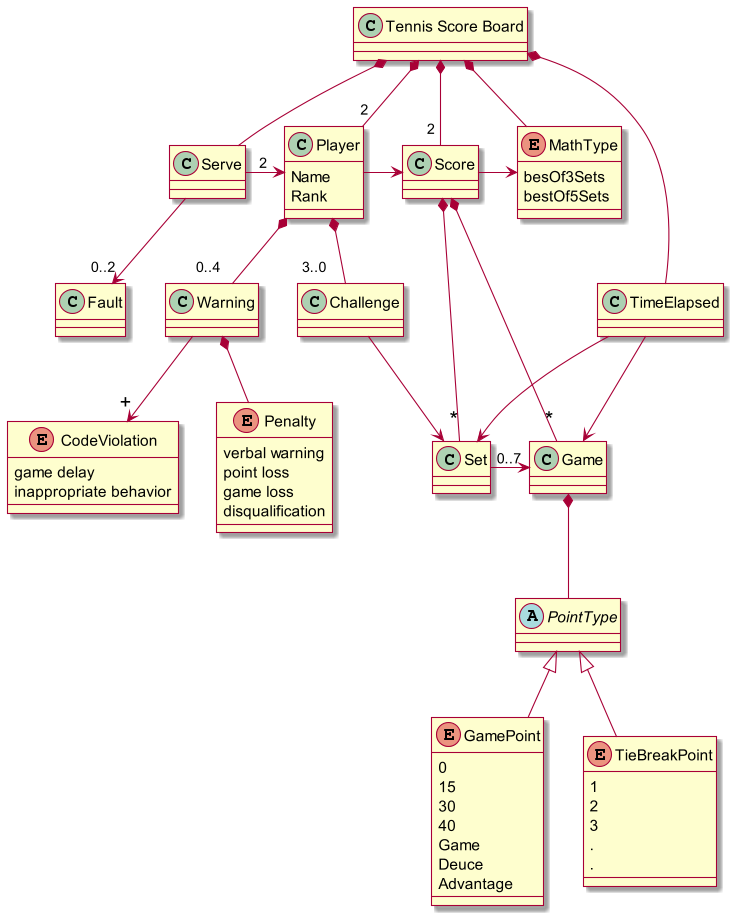
The PlantUML diagram TennisScoreBoard/TennisScoreBoardDomainModel_V1.png in ferbarret/Modelado, before a commit. Source of this version:
```plantuml
@startuml
skin rose
scale 1.1
class "Tennis Score Board" as Board

enum MathType {
    besOf3Sets
    bestOf5Sets
}
Board *-down- MathType
Board *-down- Serve
class Player {
    Name
    Rank
}
Board *-down- "2" Player
Board *-down- "2 " Score
Board *-down- TimeElapsed
Serve -right-> "2  " Player
Player -right-> Score
Score -right-> MathType

Serve -down-> "0..2" Fault
Player *-down- "3..0   " Challenge
Player *-down- "0..4   " Warning

Score *-down- "<size: 20>*</size>" Set
Score *-down- "<size: 20>*</size>" Game
Set -right-> "0..7" Game

Challenge -down-> Set

TimeElapsed -down-> Set
TimeElapsed -down-> Game

abstract class PointType
Game *-down- PointType



enum CodeViolation{
    game delay
    inappropriate behavior
}
Warning -down-> "<size: 18>+</size>" CodeViolation
enum Penalty {
    verbal warning
    point loss
    game loss
    disqualification
}
Warning *-down- Penalty

enum GamePoint {
    0
    15
    30
    40
    Game
    Deuce
    Advantage
}
PointType <|-down- GamePoint
enum TieBreakPoint {
    1
    2
    3
    .
    .
}
PointType <|-down- TieBreakPoint


@enduml
```
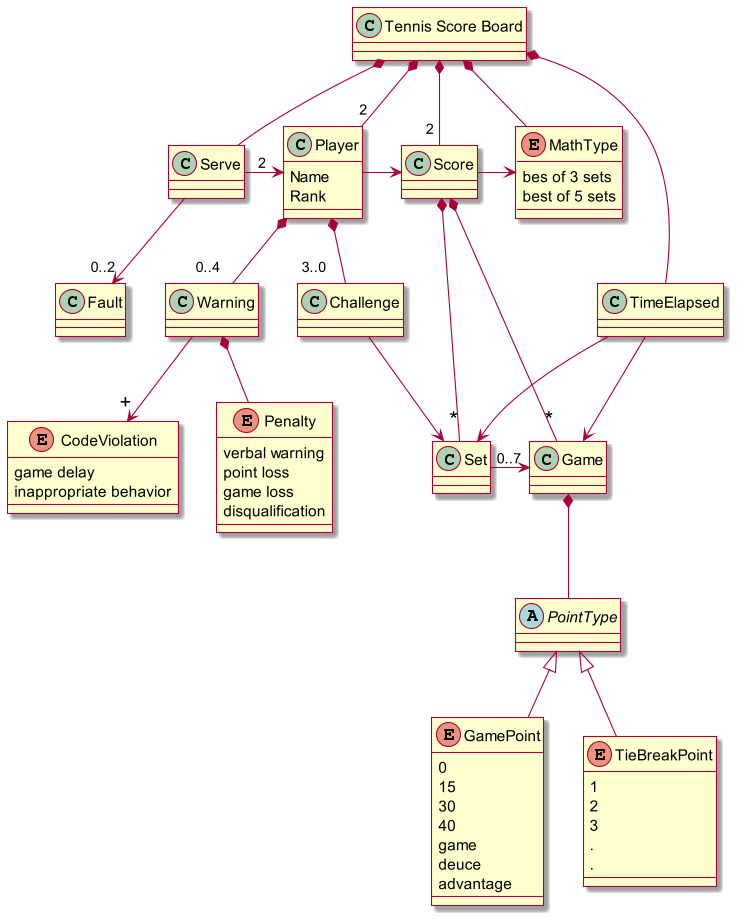
Above is the later version.

Change to the diagram source:
```diff
@@ -4,8 +4,8 @@
 class "Tennis Score Board" as Board
 
 enum MathType {
-    besOf3Sets
-    bestOf5Sets
+    bes of 3 sets
+    best of 5 sets
 }
 Board *-down- MathType
 Board *-down- Serve
@@ -56,9 +56,9 @@
     15
     30
     40
-    Game
-    Deuce
-    Advantage
+    game
+    deuce
+    advantage
 }
 PointType <|-down- GamePoint
 enum TieBreakPoint {
```
